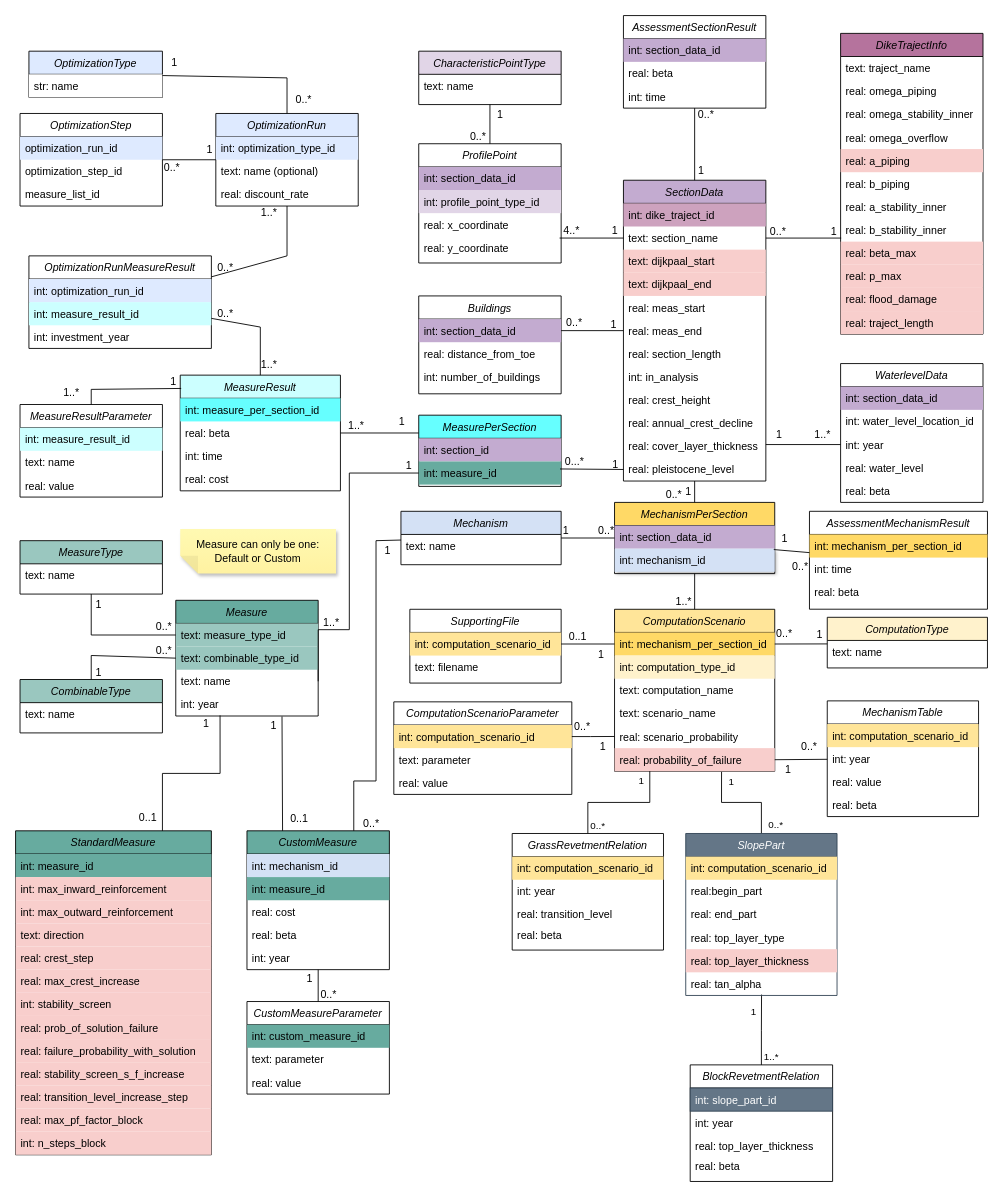
Earlier version of the draw.io diagram docs/db_diagram/vrtool_sql_input.drawio (Deltares/Veiligheidsrendement). Source tidied: cells renumbered, new cells numbered last; positions are measured from the earlier drawing's top-left corner, leaving out a move shared by most shapes. Both pictures are drawn from the tidied source at 89%, with x=0, y=0 at pixel (15, 15).
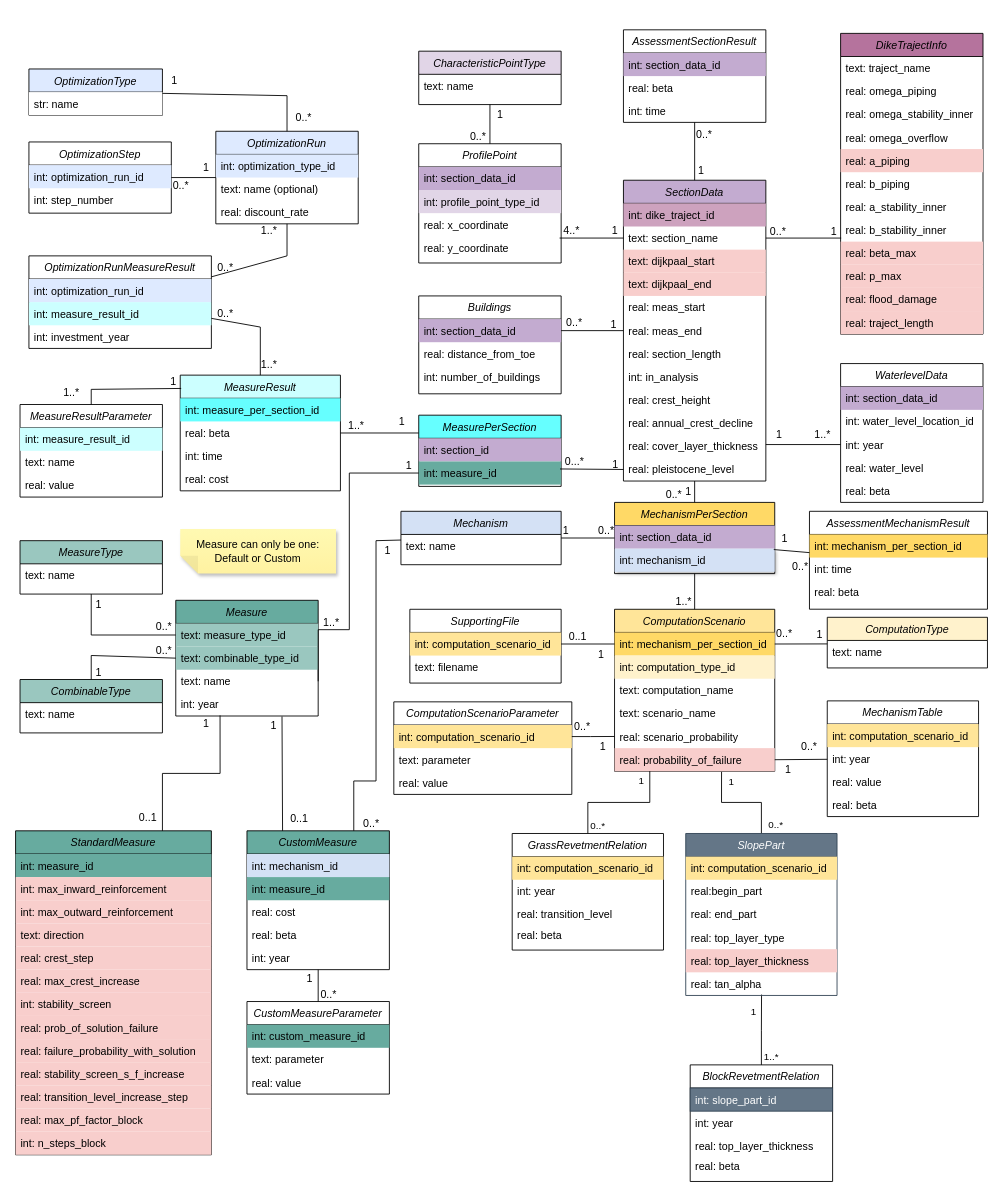
The same page after the edit.

Commit message (it also covers changes not shown here):
feat: Added tables to represent the optimization runs and their related results

The change refers to these unchanged cells:
```xml
<mxCell id="246" style="endArrow=none;html=1;rounded=0;" parent="1" edge="1" source="225" target="242">
  <mxGeometry relative="1" as="geometry" />
</mxCell>
```

What changed in the source:
```diff
@@
     <mxCell id="194" value="AssessmentSectionResult" style="swimlane;fontStyle=2;align=center;verticalAlign=top;horizontal=1;startSize=26;rounded=0;shadow=0;strokeWidth=1;" parent="1" vertex="1">
-      <mxGeometry x="683" width="160" height="104" as="geometry" />
+      <mxGeometry x="683" y="16" width="160" height="104" as="geometry" />
     </mxCell>
@@
     <mxCell id="206" value="0..*" style="html=1;whiteSpace=wrap;align=left;verticalAlign=bottom;" parent="1" vertex="1">
-      <mxGeometry x="765" y="120" as="geometry" />
+      <mxGeometry x="763" y="142" as="geometry" />
     </mxCell>
@@
     <mxCell id="223" value="OptimizationType" style="swimlane;fontStyle=2;align=center;verticalAlign=top;horizontal=1;startSize=26;rounded=0;shadow=0;strokeWidth=1;fillColor=#DEEAFF;" parent="1" vertex="1">
-      <mxGeometry x="15" y="40" width="150" height="52" as="geometry" />
+      <mxGeometry x="15" y="60" width="150" height="52" as="geometry" />
     </mxCell>
@@
     <mxCell id="225" value="OptimizationRun" style="swimlane;fontStyle=2;align=center;verticalAlign=top;horizontal=1;startSize=26;rounded=0;shadow=0;strokeWidth=1;fillColor=#deeaff;" parent="1" vertex="1">
-      <mxGeometry x="225" y="110" width="160" height="104" as="geometry" />
+      <mxGeometry x="225" y="130" width="160" height="104" as="geometry" />
     </mxCell>
@@
     <mxCell id="229" style="endArrow=none;html=1;rounded=0;" parent="1" edge="1" source="225" target="223">
       <mxGeometry relative="1" as="geometry">
         <Array as="points">
-          <mxPoint x="305" y="70" />
+          <mxPoint x="305" y="90" />
         </Array>
       </mxGeometry>
     </mxCell>
@@
     <mxCell id="242" value="OptimizationStep" style="swimlane;fontStyle=2;align=center;verticalAlign=top;horizontal=1;startSize=26;rounded=0;shadow=0;strokeWidth=1;fillColor=#FFFFFF;" parent="1" vertex="1">
-      <mxGeometry x="5" y="110" width="160" height="104" as="geometry" />
+      <mxGeometry x="15" y="142" width="160" height="80" as="geometry" />
     </mxCell>
-    <mxCell id="243" value="optimization_run_id" style="text;align=left;verticalAlign=top;spacingLeft=4;spacingRight=4;overflow=hidden;rounded=0;shadow=0;html=0;fillColor=#DEEAFF;" parent="242" vertex="1">
+    <mxCell id="243" value="int: optimization_run_id" style="text;align=left;verticalAlign=top;spacingLeft=4;spacingRight=4;overflow=hidden;rounded=0;shadow=0;html=0;fillColor=#DEEAFF;" parent="242" vertex="1">
       <mxGeometry y="26" width="160" height="26" as="geometry" />
     </mxCell>
-    <mxCell id="244" value="optimization_step_id" style="text;align=left;verticalAlign=top;spacingLeft=4;spacingRight=4;overflow=hidden;" parent="242" vertex="1">
+    <mxCell id="244" value="int: step_number" style="text;align=left;verticalAlign=top;spacingLeft=4;spacingRight=4;overflow=hidden;" parent="242" vertex="1">
       <mxGeometry y="52" width="160" height="26" as="geometry" />
     </mxCell>
-    <mxCell id="245" value="measure_list_id&#10;" style="text;align=left;verticalAlign=top;spacingLeft=4;spacingRight=4;overflow=hidden;rounded=0;shadow=0;html=0;" parent="242" vertex="1">
-      <mxGeometry y="78" width="160" height="26" as="geometry" />
-    </mxCell>
@@
     <mxCell id="247" value="1" style="html=1;whiteSpace=wrap;align=left;verticalAlign=bottom;" parent="246" vertex="1">
       <mxGeometry x="-1" relative="1" as="geometry">
-        <mxPoint x="-12" y="-3" as="offset" />
+        <mxPoint x="-16" y="-3" as="offset" />
       </mxGeometry>
     </mxCell>
```
